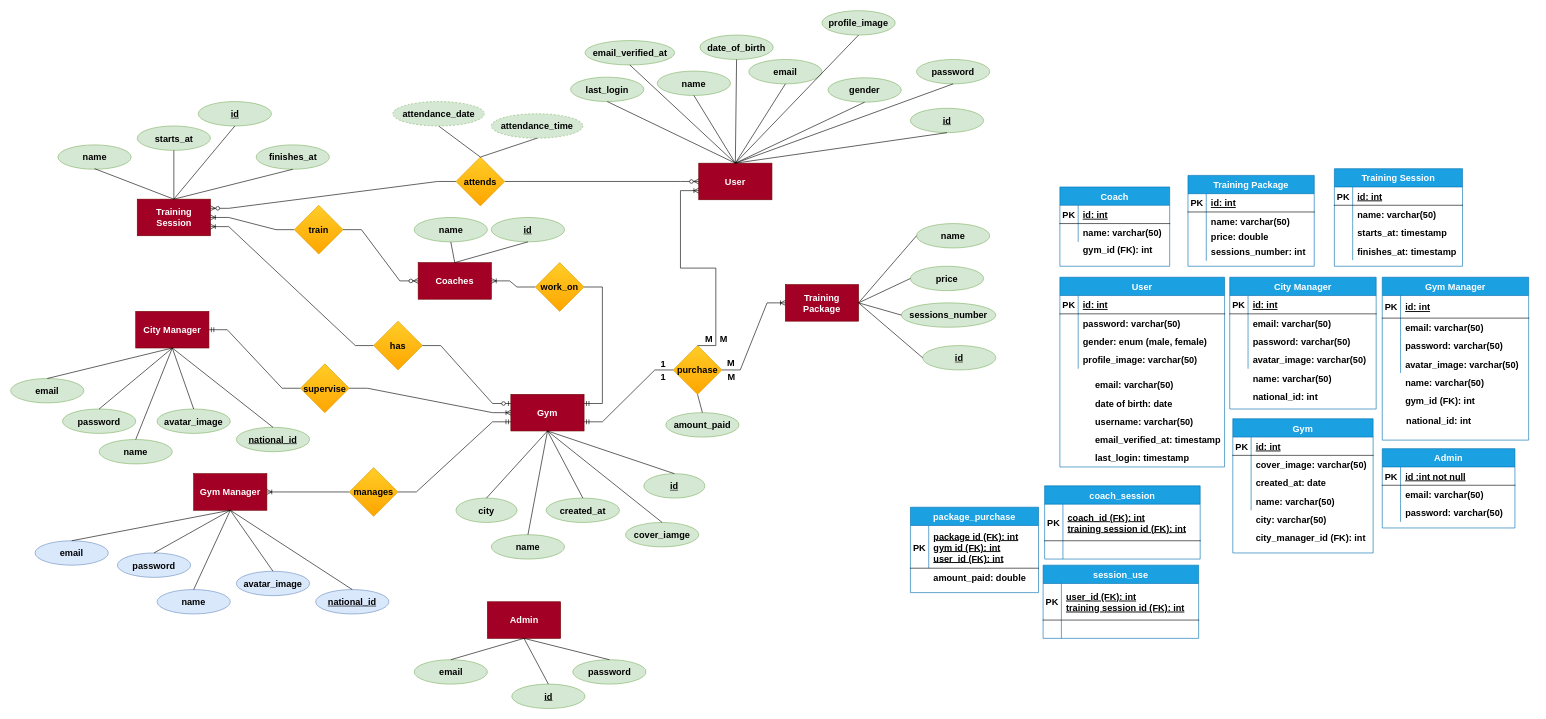
ahmedelshopaky/Laravel-Simple-Gym-System keeps this draw.io diagram as 00.utilities/gym.drawio. Above is the earlier version. Source tidied: cells renumbered, new cells numbered last; positions are measured from the earlier drawing's top-left corner, leaving out a move shared by most shapes. Both pictures are drawn from the tidied source at 61%, with x=0, y=0 at pixel (10, 10).
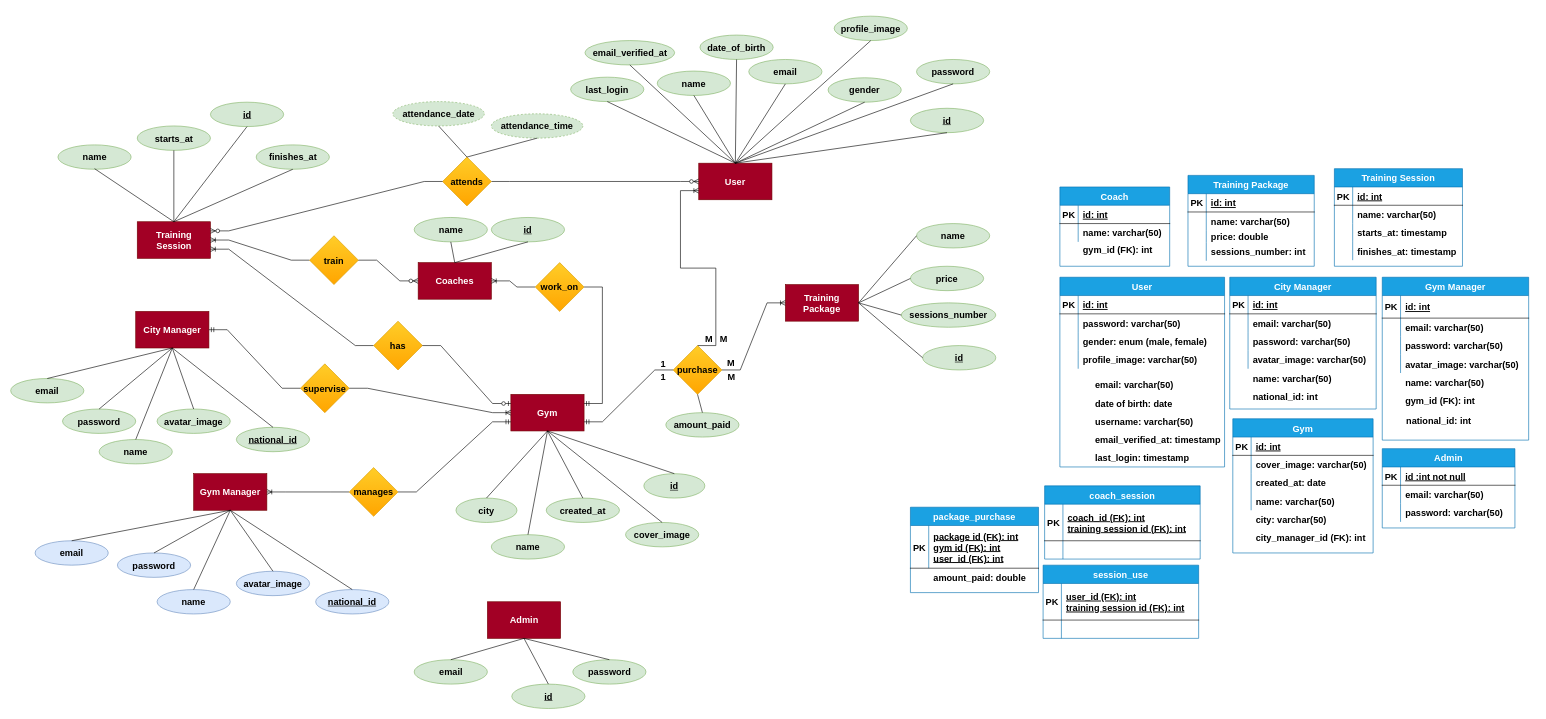
The same page after the edit.

The edit, as a diff of the source:
```diff
@@
-    <mxCell id="27" value="&lt;span style=&quot;text-align: left ; font-size: 15px&quot;&gt;cover_iamge&lt;/span&gt;" style="ellipse;whiteSpace=wrap;html=1;fontStyle=1;fontSize=15;fillColor=#d5e8d4;strokeColor=#82b366;fontFamily=Helvetica;" parent="1" vertex="1">
+    <mxCell id="27" value="&lt;span style=&quot;text-align: left ; font-size: 15px&quot;&gt;cover_image&lt;/span&gt;" style="ellipse;whiteSpace=wrap;html=1;fontStyle=1;fontSize=15;fillColor=#d5e8d4;strokeColor=#82b366;fontFamily=Helvetica;" parent="1" vertex="1">
       <mxGeometry x="1008" y="839" width="120" height="40" as="geometry" />
     </mxCell>
@@
     <mxCell id="38" value="Training Session" style="rounded=0;whiteSpace=wrap;html=1;fillColor=#a20025;strokeColor=#6F0000;fontColor=#ffffff;fontStyle=1;fontSize=15;fontFamily=Helvetica;" parent="1" vertex="1">
-      <mxGeometry x="207.5" y="309" width="120" height="60" as="geometry" />
+      <mxGeometry x="207.5" y="346" width="120" height="60" as="geometry" />
     </mxCell>
@@
     <mxCell id="45" value="&lt;u style=&quot;font-size: 15px;&quot;&gt;id&lt;/u&gt;" style="ellipse;whiteSpace=wrap;html=1;fontStyle=1;fontSize=15;fillColor=#d5e8d4;strokeColor=#82b366;fontFamily=Helvetica;" parent="1" vertex="1">
-      <mxGeometry x="307.5" y="149" width="120" height="40" as="geometry" />
+      <mxGeometry x="327.5" y="150" width="120" height="40" as="geometry" />
     </mxCell>
-    <mxCell id="46" style="endArrow=none;html=1;rounded=0;entryX=0.5;entryY=1;entryDx=0;entryDy=0;fontStyle=1;fontSize=15;fontFamily=Helvetica;" parent="1" edge="1" target="45">
-      <mxGeometry relative="1" as="geometry">
-        <mxPoint x="267.5" y="309" as="sourcePoint" />
-      </mxGeometry>
+    <mxCell id="46" style="endArrow=none;html=1;rounded=0;entryX=0.5;entryY=1;entryDx=0;entryDy=0;fontStyle=1;fontSize=15;fontFamily=Helvetica;exitX=0.5;exitY=0;exitDx=0;exitDy=0;" parent="1" edge="1" source="38" target="45">
+      <mxGeometry relative="1" as="geometry" />
     </mxCell>
@@
     <mxCell id="56" value="&lt;span style=&quot;text-align: left ; font-size: 15px&quot;&gt;profile_image&lt;/span&gt;" style="ellipse;whiteSpace=wrap;html=1;fontStyle=1;fontSize=15;fillColor=#d5e8d4;strokeColor=#82b366;fontFamily=Helvetica;" parent="1" vertex="1">
-      <mxGeometry x="1330" width="120" height="40" as="geometry" />
+      <mxGeometry x="1350" y="9" width="120" height="40" as="geometry" />
     </mxCell>
@@
     <mxCell id="64" value="attends" style="rhombus;whiteSpace=wrap;html=1;fillColor=#ffcd28;strokeColor=#d79b00;gradientColor=#ffa500;fontStyle=1;fontSize=15;fontFamily=Helvetica;" parent="1" vertex="1">
-      <mxGeometry x="730" y="240" width="80" height="80" as="geometry" />
+      <mxGeometry x="708" y="240" width="80" height="80" as="geometry" />
     </mxCell>
@@
     <mxCell id="231" value="train" style="rhombus;whiteSpace=wrap;html=1;fillColor=#ffcd28;gradientColor=#ffa500;strokeColor=#d79b00;fontStyle=1;fontSize=15;fontFamily=Helvetica;" parent="1" vertex="1">
-      <mxGeometry x="465" y="319" width="80" height="80" as="geometry" />
+      <mxGeometry x="490" y="369" width="80" height="80" as="geometry" />
     </mxCell>
```
